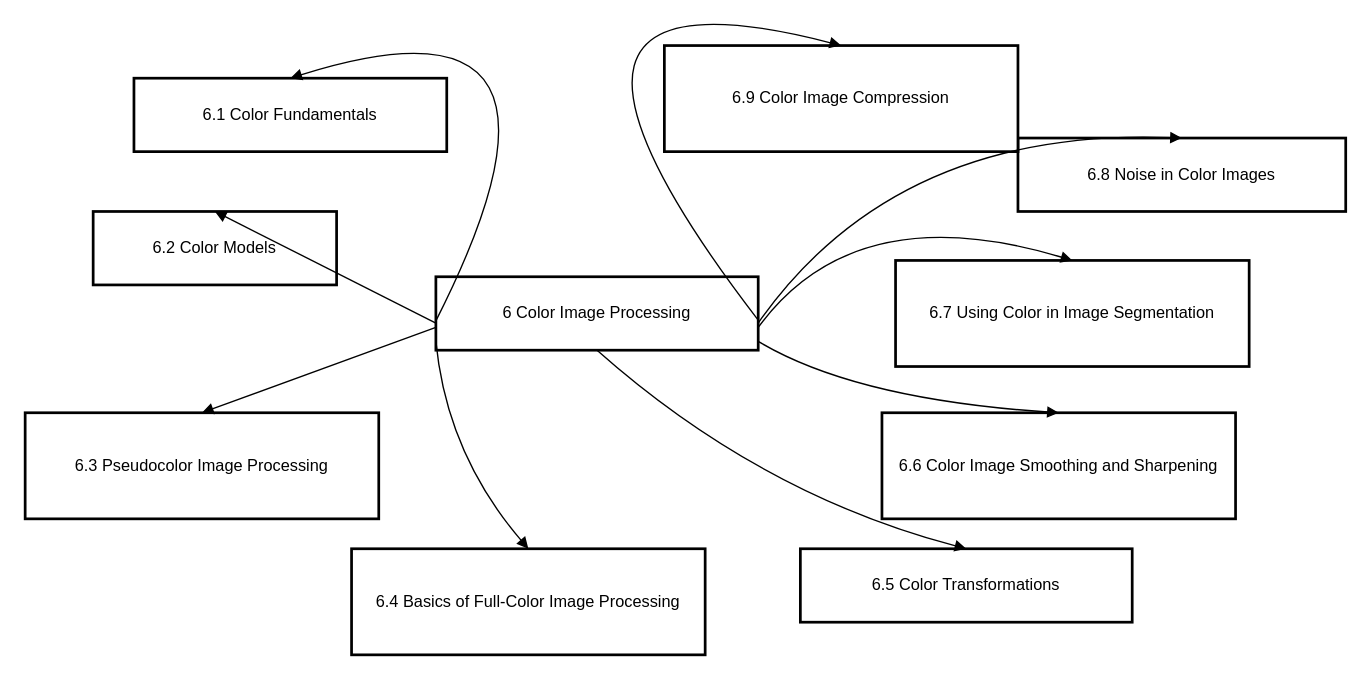
Above: dipchap6.drawio in guoheidanqq/drawio (draw.io), before the change. Source tidied: cells renumbered, new cells numbered last; positions are measured from the earlier drawing's top-left corner, leaving out a move shared by most shapes. Both pictures are drawn from the tidied source at 136%, with x=0, y=0 at pixel (24, -50).
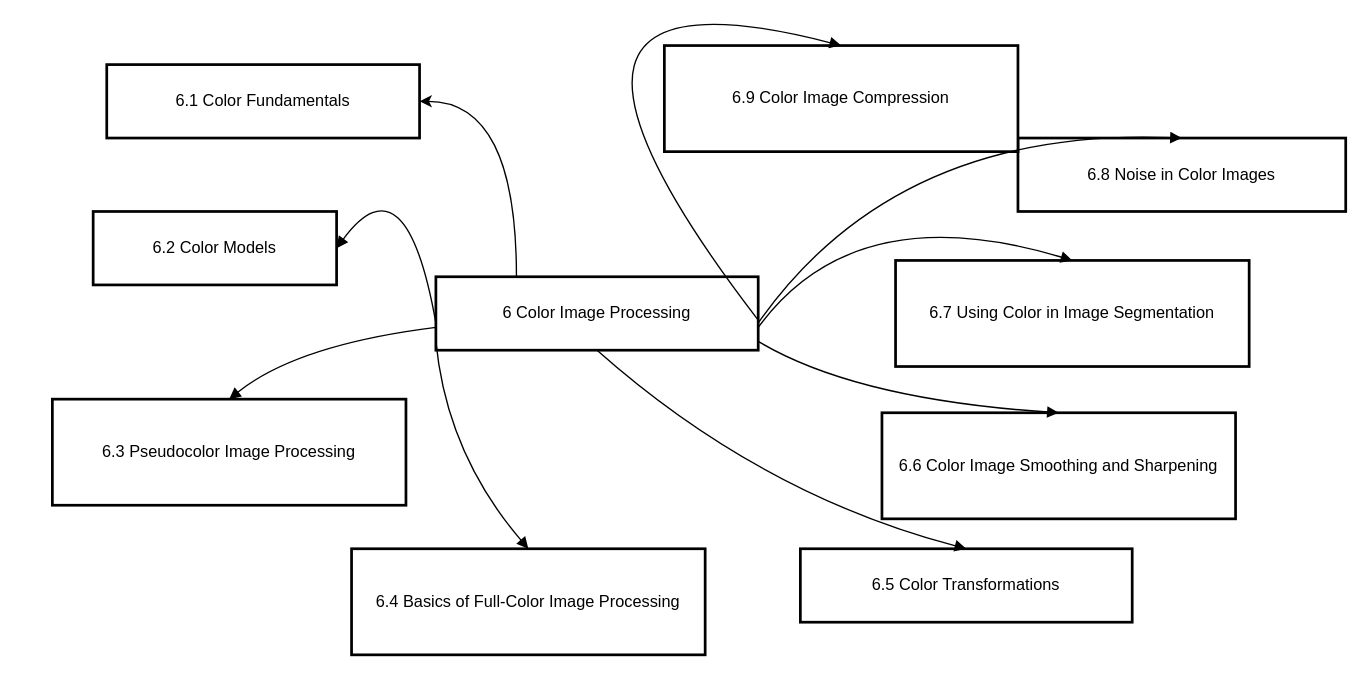
The same page after the edit.

Unchanged cells that the change refers to:
```xml
<mxCell id="2" value="6 Color Image Processing" style="whiteSpace=wrap;strokeWidth=2;" parent="1" vertex="1">
  <mxGeometry x="302" y="240" width="237" height="54" as="geometry" />
</mxCell>
<mxCell id="4" value="6.2 Color Models" style="whiteSpace=wrap;strokeWidth=2;" parent="1" vertex="1">
  <mxGeometry x="50" y="192" width="179" height="54" as="geometry" />
</mxCell>
```

What changed in the source:
```diff
@@
+    <mxCell id="12" style="edgeStyle=orthogonalEdgeStyle;rounded=0;jettySize=auto;html=1;exitX=0.25;exitY=0;exitDx=0;exitDy=0;entryX=1;entryY=0.5;entryDx=0;entryDy=0;curved=1;" parent="1" edge="1" source="2" target="3">
+      <mxGeometry relative="1" as="geometry" />
+    </mxCell>
@@
     <mxCell id="3" value="6.1 Color Fundamentals" style="whiteSpace=wrap;strokeWidth=2;" parent="1" vertex="1">
-      <mxGeometry x="80" y="94" width="230" height="54" as="geometry" />
+      <mxGeometry x="60" y="84" width="230" height="54" as="geometry" />
     </mxCell>
@@
     <mxCell id="5" value="6.3 Pseudocolor Image Processing" style="whiteSpace=wrap;strokeWidth=2;" parent="1" vertex="1">
-      <mxGeometry y="340" width="260" height="78" as="geometry" />
+      <mxGeometry x="20" y="330" width="260" height="78" as="geometry" />
     </mxCell>
@@
-    <mxCell id="12" style="curved=1;startArrow=none;endArrow=block;exitX=0;exitY=0.6;entryX=0.5;entryY=0;rounded=0;" parent="1" edge="1" source="2" target="3">
-      <mxGeometry relative="1" as="geometry">
-        <Array as="points">
-          <mxPoint x="430" y="20" />
-        </Array>
-      </mxGeometry>
-    </mxCell>
-    <mxCell id="13" style="curved=1;startArrow=none;endArrow=block;exitX=0;exitY=0.63;entryX=0.5;entryY=0;rounded=0;" parent="1" edge="1" source="2" target="4">
-      <mxGeometry relative="1" as="geometry" />
+    <mxCell id="13" style="curved=1;startArrow=none;endArrow=block;exitX=0;exitY=0.63;entryX=1;entryY=0.5;rounded=0;entryDx=0;entryDy=0;" parent="1" edge="1" source="2" target="4">
+      <mxGeometry relative="1" as="geometry">
+        <Array as="points">
+          <mxPoint x="280" y="150" />
+        </Array>
+      </mxGeometry>
     </mxCell>
     <mxCell id="14" style="curved=1;startArrow=none;endArrow=block;exitX=0;exitY=0.69;entryX=0.5;entryY=0;rounded=0;" parent="1" edge="1" source="2" target="5">
-      <mxGeometry relative="1" as="geometry" />
+      <mxGeometry relative="1" as="geometry">
+        <Array as="points">
+          <mxPoint x="200" y="290" />
+        </Array>
+      </mxGeometry>
     </mxCell>
```
